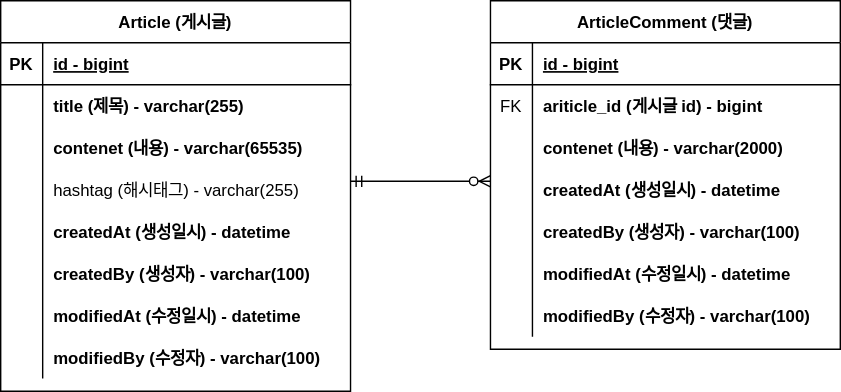
This is document/project.board-erd.svg from joo-jj/project-board, a draw.io export, as it was before one commit. Source tidied: cells renumbered, new cells last; positions are measured from the earlier drawing's top-left corner, leaving out a move shared by most shapes.
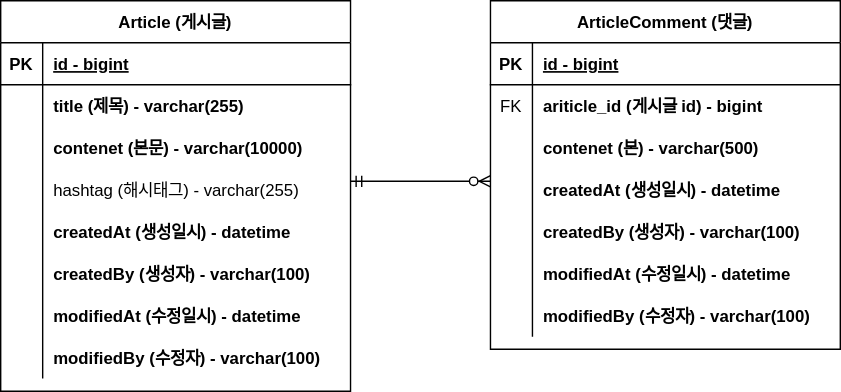
The same diagram one commit later.

Commit message:
#8 - erd 업데이트: content 사이즈 변

The edit, as a diff of the source:
```diff
@@ -29,7 +29,7 @@
     <mxCell id="10" style="shape=partialRectangle;overflow=hidden;fillColor=none;top=0;left=0;bottom=0;right=0;" parent="9" vertex="1">
       <mxGeometry width="30" height="30" as="geometry" />
     </mxCell>
-    <mxCell id="11" value="contenet (내용) - varchar(65535)" style="shape=partialRectangle;overflow=hidden;fillColor=none;top=0;left=0;bottom=0;right=0;align=left;spacingLeft=6;fontStyle=1;" parent="9" vertex="1">
+    <mxCell id="11" value="contenet (본문) - varchar(10000)" style="shape=partialRectangle;overflow=hidden;fillColor=none;top=0;left=0;bottom=0;right=0;align=left;spacingLeft=6;fontStyle=1;" parent="9" vertex="1">
       <mxGeometry x="30" width="220" height="30" as="geometry" />
     </mxCell>
     <mxCell id="12" style="shape=partialRectangle;fillColor=none;top=0;left=0;right=0;bottom=0;" parent="2" vertex="1">
@@ -113,7 +113,7 @@
     <mxCell id="36" style="shape=partialRectangle;overflow=hidden;fillColor=none;top=0;left=0;bottom=0;right=0;" parent="35" vertex="1">
       <mxGeometry width="30" height="30" as="geometry" />
     </mxCell>
-    <mxCell id="37" value="contenet (내용) - varchar(2000)" style="shape=partialRectangle;overflow=hidden;fillColor=none;top=0;left=0;bottom=0;right=0;align=left;spacingLeft=6;fontStyle=1;" parent="35" vertex="1">
+    <mxCell id="37" value="contenet (본) - varchar(500)" style="shape=partialRectangle;overflow=hidden;fillColor=none;top=0;left=0;bottom=0;right=0;align=left;spacingLeft=6;fontStyle=1;" parent="35" vertex="1">
       <mxGeometry x="30" width="220" height="30" as="geometry" />
     </mxCell>
     <mxCell id="38" style="shape=partialRectangle;fillColor=none;top=0;left=0;right=0;bottom=0;" parent="28" vertex="1">
```
